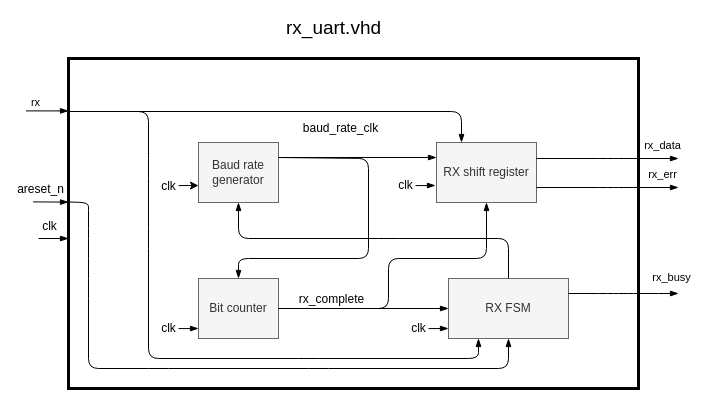
Above: fys4220-jbook/graphics/project_rx_uart_architecture.drawio in fys4220/fys4220.github.io (draw.io), before the change. Source tidied: cells renumbered, new cells numbered last; positions are measured from the earlier drawing's top-left corner, leaving out a move shared by most shapes. Both pictures are drawn from the tidied source at 100%, with x=0, y=0 at pixel (26, 18).
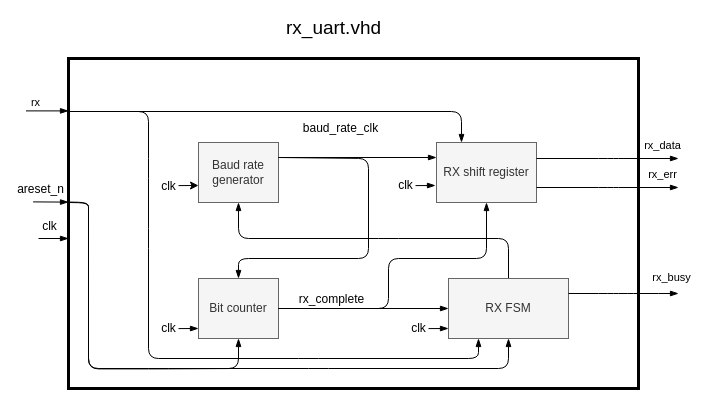
The same page after the edit.

Commit message (it also covers changes not shown here):
Updated rx and tx uart block diagrams adding reset. Updated some descriptions in project_uart.md and embedded_memory_mapped.md

Unchanged cells that the change refers to:
```xml
<mxCell id="4" value="Bit counter" style="rounded=0;whiteSpace=wrap;html=1;fillColor=#f5f5f5;fontColor=#333333;strokeColor=#666666;" parent="1" vertex="1">
  <mxGeometry x="172" y="260" width="80" height="60" as="geometry" />
</mxCell>
```

Diff of the diagram source:
```diff
@@
+    <mxCell id="38" style="endArrow=none;html=1;rounded=1;strokeColor=default;strokeWidth=1;endFill=0;startArrow=blockThin;startFill=1;exitX=0.5;exitY=1;exitDx=0;exitDy=0;entryX=0;entryY=0.435;entryDx=0;entryDy=0;entryPerimeter=0;" parent="1" edge="1" source="4">
+      <mxGeometry x="-1" y="10" relative="1" as="geometry">
+        <mxPoint x="42" y="184" as="targetPoint" />
+        <Array as="points">
+          <mxPoint x="212" y="350" />
+          <mxPoint x="132" y="350.4" />
+          <mxPoint x="62" y="350.4" />
+          <mxPoint x="62" y="270.4" />
+          <mxPoint x="62" y="230.4" />
+          <mxPoint x="62" y="200.4" />
+          <mxPoint x="62" y="184.4" />
+        </Array>
+      </mxGeometry>
+    </mxCell>
```
